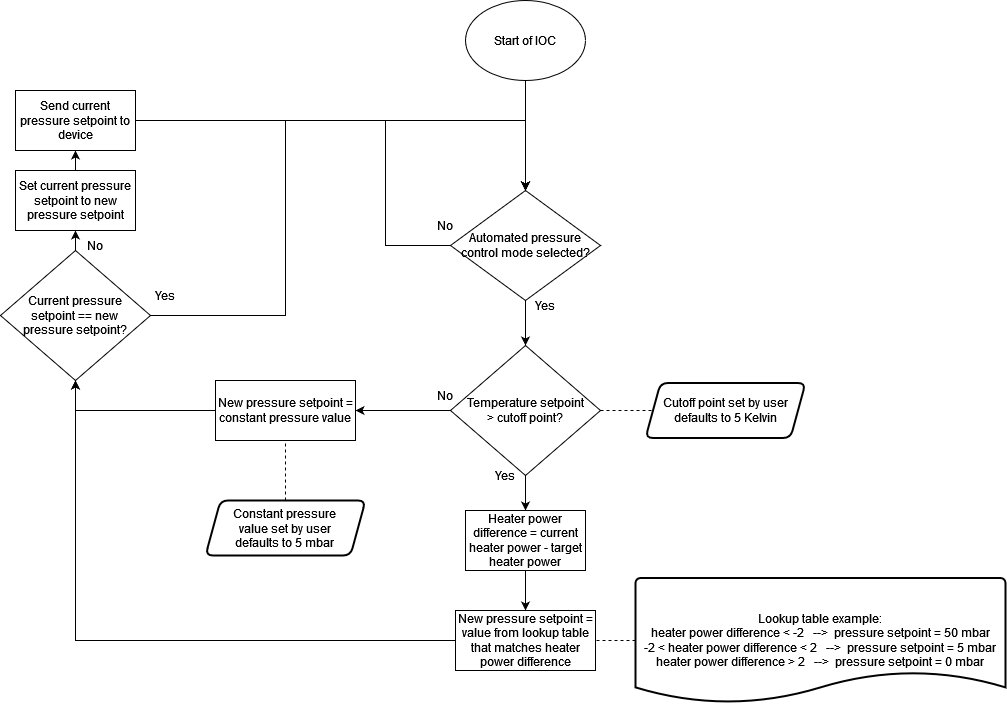
Before: MercuryEnhancedCryo.drawio.png, a diagram exported from draw.io (ISISComputingGroup/ibex_developers_manual). Source tidied: cells renumbered, new cells last; positions are measured from the earlier drawing's top-left corner, leaving out a move shared by most shapes.
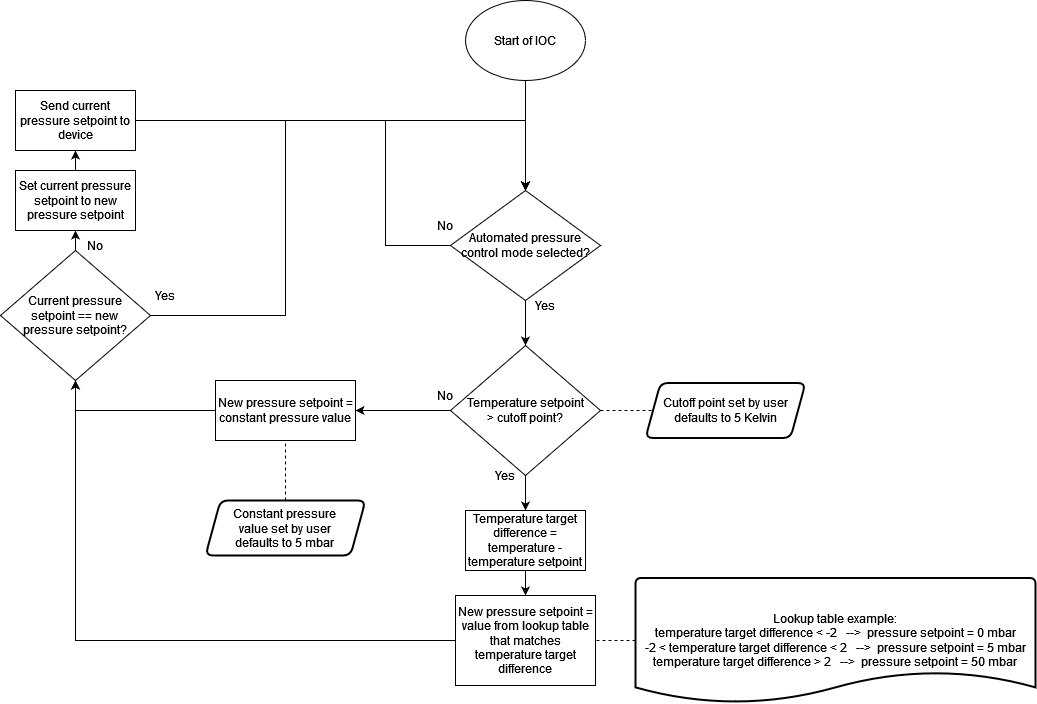
After the change.

Commit message:
Correct flowchart

The edit, as a diff of the source:
```diff
@@ -55,8 +55,8 @@
     <mxCell id="16" style="edgeStyle=orthogonalEdgeStyle;rounded=0;jettySize=auto;html=1;exitX=0;exitY=0.5;exitDx=0;exitDy=0;entryX=0.5;entryY=1;entryDx=0;entryDy=0;endArrow=classic;endFill=1;" parent="1" edge="1" source="17" target="30">
       <mxGeometry relative="1" as="geometry" />
     </mxCell>
-    <mxCell id="17" value="New pressure setpoint = value from lookup table that matches heater power difference " style="rounded=0;whiteSpace=wrap;html=1;" parent="1" vertex="1">
-      <mxGeometry x="455" y="610" width="140" height="60" as="geometry" />
+    <mxCell id="17" value="New pressure setpoint = value from lookup table that matches temperature target difference" style="rounded=0;whiteSpace=wrap;html=1;" parent="1" vertex="1">
+      <mxGeometry x="455" y="595" width="140" height="90" as="geometry" />
     </mxCell>
     <mxCell id="18" value="Yes" style="text;html=1;strokeColor=none;fillColor=none;align=center;verticalAlign=middle;whiteSpace=wrap;rounded=0;" parent="1" vertex="1">
       <mxGeometry x="475" y="460" width="60" height="30" as="geometry" />
@@ -70,14 +70,14 @@
     <mxCell id="21" style="edgeStyle=orthogonalEdgeStyle;rounded=0;jettySize=auto;html=1;exitX=0.5;exitY=1;exitDx=0;exitDy=0;entryX=0.5;entryY=0;entryDx=0;entryDy=0;endArrow=classic;endFill=1;" parent="1" edge="1" source="22" target="17">
       <mxGeometry relative="1" as="geometry" />
     </mxCell>
-    <mxCell id="22" value="Heater power difference = current heater power - target heater power" style="rounded=0;whiteSpace=wrap;html=1;" parent="1" vertex="1">
+    <mxCell id="22" value="Temperature target difference = temperature - temperature setpoint" style="rounded=0;whiteSpace=wrap;html=1;" parent="1" vertex="1">
       <mxGeometry x="465" y="510" width="120" height="60" as="geometry" />
     </mxCell>
     <mxCell id="23" style="edgeStyle=orthogonalEdgeStyle;rounded=0;jettySize=auto;html=1;exitX=0;exitY=0.5;exitDx=0;exitDy=0;exitPerimeter=0;entryX=1;entryY=0.5;entryDx=0;entryDy=0;endArrow=none;endFill=0;dashed=1;" parent="1" edge="1" source="24" target="17">
       <mxGeometry relative="1" as="geometry" />
     </mxCell>
-    <mxCell id="24" value="&lt;div&gt;Lookup table example:&lt;/div&gt;&lt;div&gt;heater power difference &amp;lt; -2&amp;nbsp;&amp;nbsp; --&amp;gt;&amp;nbsp; pressure setpoint = 50 mbar&lt;/div&gt;&lt;div&gt;-2 &amp;lt; heater power difference &amp;lt; 2 &amp;nbsp; --&amp;gt;&amp;nbsp; pressure setpoint = 5 mbar&lt;/div&gt;&lt;div&gt;&lt;div&gt;heater power difference &amp;gt; 2 &amp;nbsp; --&amp;gt;&amp;nbsp; pressure setpoint = 0 mbar&lt;/div&gt;&lt;/div&gt;" style="strokeWidth=2;html=1;shape=mxgraph.flowchart.document2;whiteSpace=wrap;size=0.25;" parent="1" vertex="1">
-      <mxGeometry x="635" y="577.5" width="370" height="125" as="geometry" />
+    <mxCell id="24" value="&lt;div&gt;Lookup table example:&lt;/div&gt;&lt;div&gt;temperature target difference &amp;lt; -2&amp;nbsp;&amp;nbsp; --&amp;gt;&amp;nbsp; pressure setpoint = 0 mbar&lt;/div&gt;&lt;div&gt;-2 &amp;lt; temperature target difference &amp;lt; 2 &amp;nbsp; --&amp;gt;&amp;nbsp; pressure setpoint = 5 mbar&lt;/div&gt;&lt;div&gt;&lt;div&gt;temperature target difference &amp;gt; 2 &amp;nbsp; --&amp;gt;&amp;nbsp; pressure setpoint = 50 mbar&lt;/div&gt;&lt;/div&gt;" style="strokeWidth=2;html=1;shape=mxgraph.flowchart.document2;whiteSpace=wrap;size=0.25;" parent="1" vertex="1">
+      <mxGeometry x="635" y="577.5" width="400" height="125" as="geometry" />
     </mxCell>
     <mxCell id="25" style="edgeStyle=orthogonalEdgeStyle;rounded=0;jettySize=auto;html=1;exitX=0.5;exitY=0;exitDx=0;exitDy=0;entryX=0.5;entryY=1;entryDx=0;entryDy=0;endArrow=none;endFill=0;dashed=1;" parent="1" edge="1" source="26" target="15">
       <mxGeometry relative="1" as="geometry" />
```
